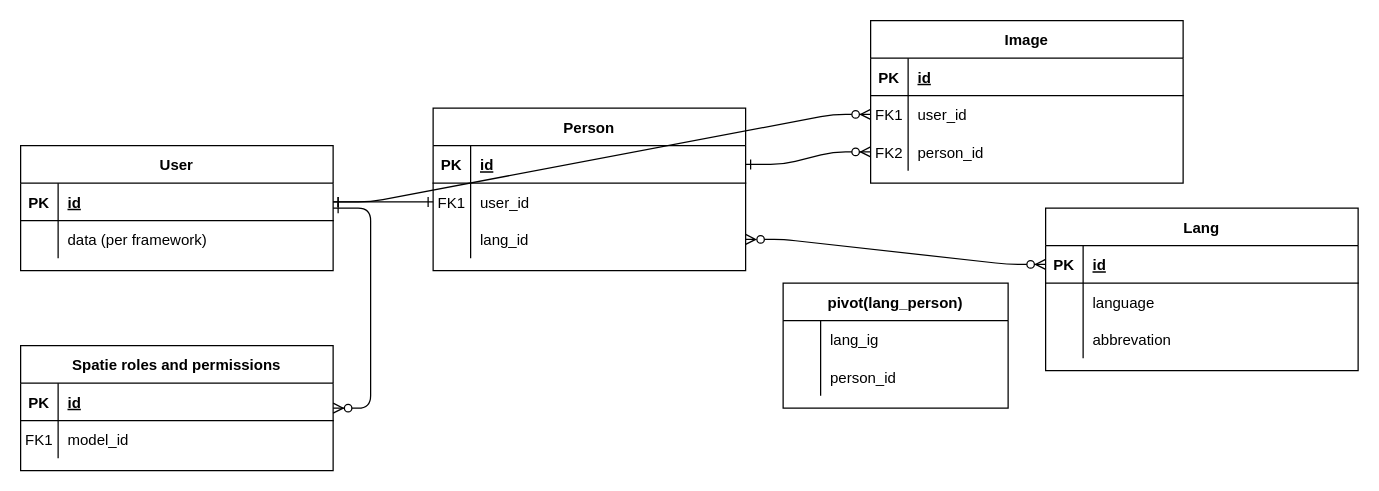
Before: doc/debug/Relationship_Modell.drawio in erth5/Laravel-9-Debug-Template, a draw.io diagram. Source tidied: cells renumbered, new cells numbered last; positions are measured from the earlier drawing's top-left corner, leaving out a move shared by most shapes. Both pictures are drawn from the tidied source at 125%, with x=0, y=0 at pixel (20, 20).
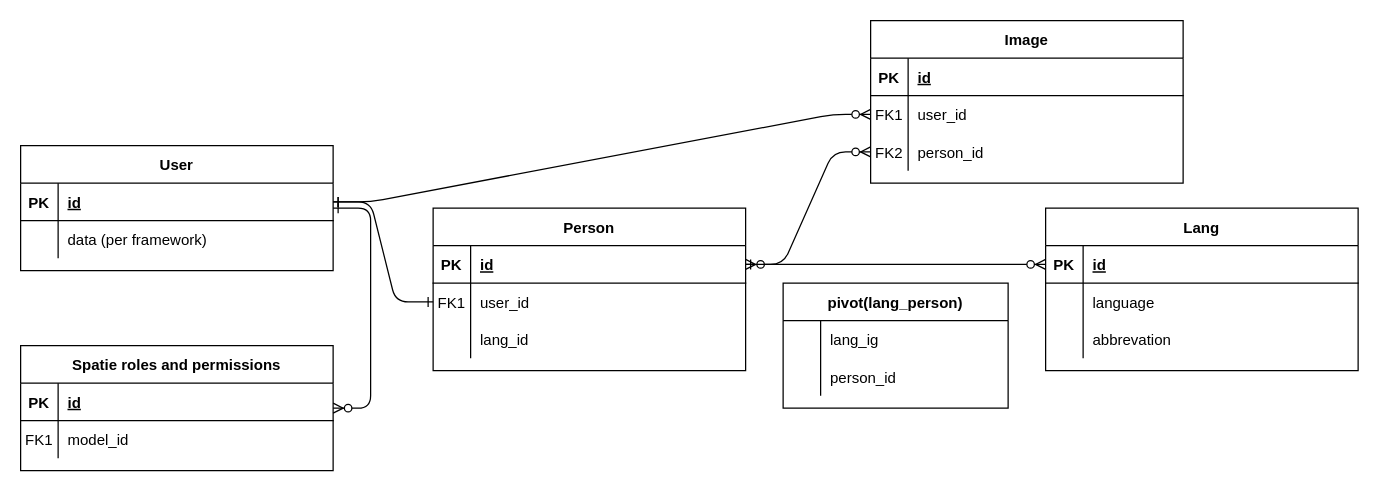
The same diagram, later.

The change refers to these unchanged cells:
```xml
<mxCell id="5" style="shape=partialRectangle;fillColor=none;points=[[0,0.5],[1,0.5]];portConstraint=eastwest;top=0;left=0;right=0;bottom=1;" parent="4" vertex="1">
  <mxGeometry y="30" width="250" height="30" as="geometry" />
</mxCell>
<mxCell id="11" style="shape=partialRectangle;fillColor=none;points=[[0,0.5],[1,0.5]];portConstraint=eastwest;top=0;left=0;right=0;bottom=0;" parent="4" vertex="1">
  <mxGeometry y="90" width="250" height="30" as="geometry" />
</mxCell>
<mxCell id="32" style="shape=partialRectangle;fillColor=none;points=[[0,0.5],[1,0.5]];portConstraint=eastwest;top=0;left=0;right=0;bottom=1;" parent="31" vertex="1">
  <mxGeometry y="30" width="250" height="30" as="geometry" />
</mxCell>
```

Change to the diagram source:
```diff
@@
     <mxCell id="4" value="Person" style="shape=table;startSize=30;childLayout=tableLayout;rowLines=0;fontStyle=1;align=center;" parent="1" vertex="1">
-      <mxGeometry x="330" y="70" width="250" height="130" as="geometry" />
+      <mxGeometry x="330" y="150" width="250" height="130" as="geometry" />
     </mxCell>
@@
-    <mxCell id="41" style="edgeStyle=entityRelationEdgeStyle;endArrow=ERzeroToMany;startArrow=ERzeroToMany;endFill=1;startFill=0;" parent="1" edge="1" source="11" target="32">
+    <mxCell id="41" style="edgeStyle=entityRelationEdgeStyle;endArrow=ERzeroToMany;startArrow=ERzeroToMany;endFill=1;startFill=0;" parent="1" edge="1" source="5" target="32">
       <mxGeometry relative="1" as="geometry" />
     </mxCell>
```
